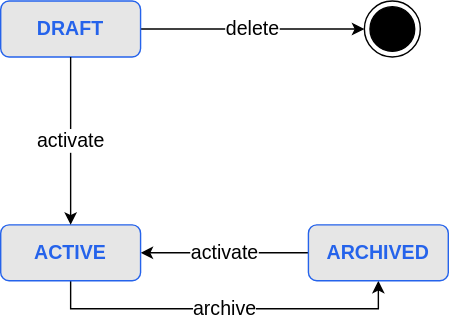
This is static/img/entity_states.svg from strmprivacy/docs, a draw.io export, as it was before one commit. Source tidied: cells renumbered, new cells last; positions are measured from the earlier drawing's top-left corner, leaving out a move shared by most shapes.
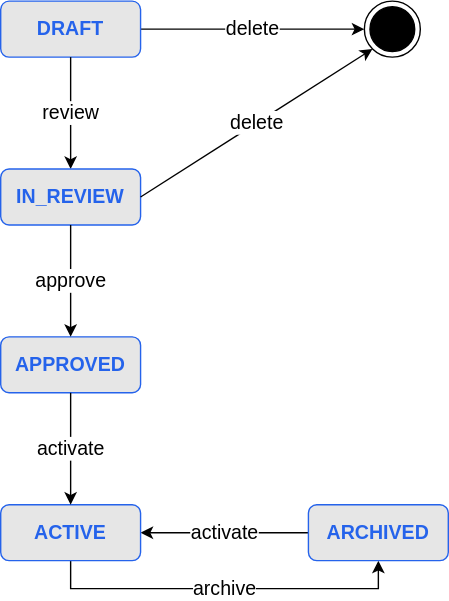
Above is the later version.

Change to the diagram source:
```diff
@@ -18,13 +18,33 @@
       <mxGeometry width="100" height="40" as="geometry" />
     </mxCell>
     <mxCell id="7" value="ACTIVE&lt;span style=&quot;color: rgba(0 , 0 , 0 , 0) ; font-family: monospace ; font-size: 0px ; font-weight: 400&quot;&gt;%3CmxGraphModel%3E%3Croot%3E%3CmxCell%20id%3D%220%22%2F%3E%3CmxCell%20id%3D%221%22%20parent%3D%220%22%2F%3E%3CmxCell%20id%3D%222%22%20value%3D%22DRAFT%22%20style%3D%22rounded%3D1%3BwhiteSpace%3Dwrap%3Bhtml%3D1%3Bshadow%3D0%3Bglass%3D0%3Bcomic%3D0%3Bsketch%3D0%3BfontSize%3D14%3BfontColor%3D%232563EB%3BstrokeColor%3D%232563EB%3BfillColor%3D%23E6E6E6%3BfontStyle%3D1%22%20vertex%3D%221%22%20parent%3D%221%22%3E%3CmxGeometry%20x%3D%22360%22%20y%3D%22440%22%20width%3D%2280%22%20height%3D%2240%22%20as%3D%22geometry%22%2F%3E%3C%2FmxCell%3E%3C%2Froot%3E%3C%2FmxGraphModel%3E&lt;/span&gt;" style="rounded=1;whiteSpace=wrap;html=1;shadow=0;glass=0;comic=0;sketch=0;fontSize=14;fontColor=#2563EB;strokeColor=#2563EB;fillColor=#E6E6E6;fontStyle=1;" parent="1" vertex="1">
-      <mxGeometry y="160" width="100" height="40" as="geometry" />
+      <mxGeometry y="360" width="100" height="40" as="geometry" />
     </mxCell>
     <mxCell id="8" value="ARCHIVED" style="rounded=1;whiteSpace=wrap;html=1;shadow=0;glass=0;comic=0;sketch=0;fontSize=14;fontColor=#2563EB;strokeColor=#2563EB;fillColor=#E6E6E6;fontStyle=1;" parent="1" vertex="1">
-      <mxGeometry x="220" y="160" width="100" height="40" as="geometry" />
+      <mxGeometry x="220" y="360" width="100" height="40" as="geometry" />
     </mxCell>
-    <mxCell id="9" value="activate" style="edgeStyle=orthogonalEdgeStyle;rounded=0;jettySize=auto;html=1;fontSize=14;" parent="1" edge="1" source="6" target="7">
+    <mxCell id="9" value="review" style="edgeStyle=orthogonalEdgeStyle;rounded=0;jettySize=auto;html=1;fontSize=14;entryX=0.5;entryY=0;entryDx=0;entryDy=0;" parent="1" edge="1" source="6" target="10">
       <mxGeometry relative="1" as="geometry" />
     </mxCell>
+    <mxCell id="10" value="IN_REVIEW" style="rounded=1;whiteSpace=wrap;html=1;shadow=0;glass=0;comic=0;sketch=0;fontSize=14;fontColor=#2563EB;strokeColor=#2563EB;fillColor=#E6E6E6;fontStyle=1;" parent="1" vertex="1">
+      <mxGeometry y="120" width="100" height="40" as="geometry" />
+    </mxCell>
+    <mxCell id="11" value="APPROVED" style="rounded=1;whiteSpace=wrap;html=1;shadow=0;glass=0;comic=0;sketch=0;fontSize=14;fontColor=#2563EB;strokeColor=#2563EB;fillColor=#E6E6E6;fontStyle=1;" parent="1" vertex="1">
+      <mxGeometry y="240" width="100" height="40" as="geometry" />
+    </mxCell>
+    <mxCell id="12" value="approve" style="edgeStyle=orthogonalEdgeStyle;rounded=0;jettySize=auto;html=1;fontSize=14;exitX=0.5;exitY=1;exitDx=0;exitDy=0;" parent="1" edge="1" source="10" target="11">
+      <mxGeometry relative="1" as="geometry">
+        <Array as="points">
+          <mxPoint x="50" y="200" />
+          <mxPoint x="50" y="200" />
+        </Array>
+      </mxGeometry>
+    </mxCell>
+    <mxCell id="13" value="activate" style="edgeStyle=orthogonalEdgeStyle;rounded=0;jettySize=auto;html=1;fontSize=14;exitX=0.5;exitY=1;exitDx=0;exitDy=0;entryX=0.5;entryY=0;entryDx=0;entryDy=0;" parent="1" edge="1" source="11" target="7">
+      <mxGeometry relative="1" as="geometry" />
+    </mxCell>
+    <mxCell id="14" value="delete" style="rounded=0;jettySize=auto;html=1;fontSize=14;exitX=1;exitY=0.5;exitDx=0;exitDy=0;entryX=0;entryY=1;entryDx=0;entryDy=0;" parent="1" edge="1" source="10" target="5">
+      <mxGeometry relative="1" as="geometry" />
+    </mxCell>
   </root>
 </mxGraphModel>
```
